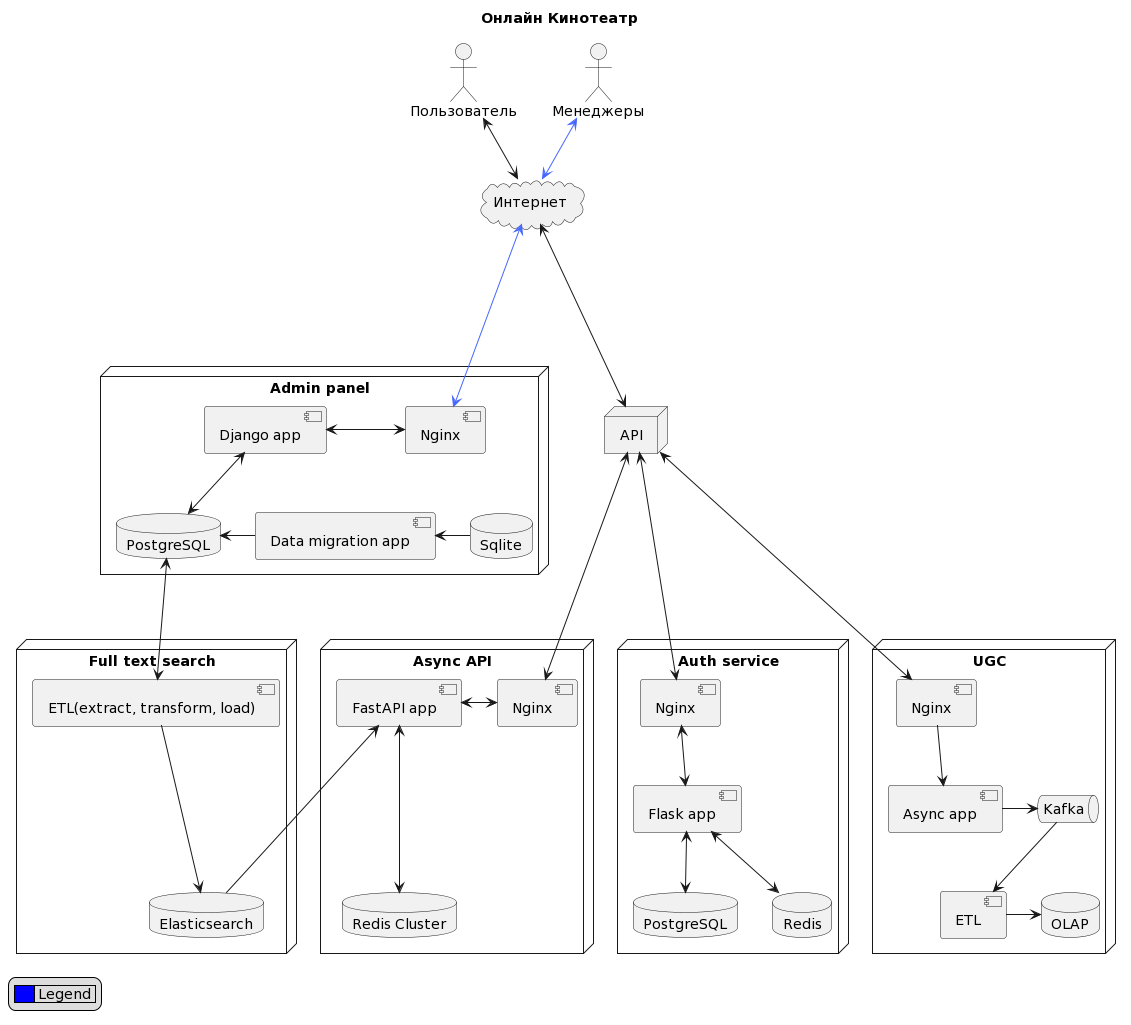
This is diagram/diagram.png from Natrezzim/ugc_sprint_1, a PlantUML export, as it was before one commit. Source of this version:
```plantuml
@startuml
skinparam componentStyle uml2

title "Онлайн Кинотеатр"

actor "Пользователь" as user
actor "Менеджеры" as manager

cloud "Интернет" as internet{
}

node "API" as api{
}

node "Admin panel" as admin_panel {
component "Data migration app" as ap_data_migration
component "Django app" as ap_django
component "Nginx" as ap_nginx
database "Sqlite" as ap_db_slt
database "PostgreSQL" as ap_db_pg
ap_django <--> ap_db_pg
ap_django <-> ap_nginx
ap_db_pg <- ap_data_migration
ap_data_migration <- ap_db_slt
}

node "Full text search" as fts{
component "ETL(extract, transform, load)" as fts_etl
database "Elasticsearch" as fts_elastic
fts_etl ---> fts_elastic
}

node "Async API"{
component "FastAPI app" as asyncapi_app
component "Nginx" as asyncapi_nginx
database "Redis Cluster" as asyncapi_redis
asyncapi_app <---> asyncapi_redis
asyncapi_app <-> asyncapi_nginx
}

node "Auth service" as auth_service {
component "Flask app" as auth_flask_app
database "PostgreSQL" as auth_db_pg
database "Redis" as auth_db_redis
component "Nginx" as auth_nginx
auth_flask_app <--> auth_db_pg
auth_flask_app <--> auth_db_redis
auth_nginx <--> auth_flask_app
}

node "UGC" as ugc{
component "Nginx" as ugc_nginx
component "Async app" as ugc_app
queue "Kafka" as ugc_kafka
component "ETL" as ugc_etl
database "OLAP" as ugc_olap
ugc_nginx --> ugc_app
ugc_app -> ugc_kafka
ugc_kafka --> ugc_etl
ugc_etl -> ugc_olap
}
user <--> internet
internet <----> api
api <----> auth_nginx
api <----> asyncapi_nginx
api <----> ugc_nginx

ap_db_pg <---> fts_etl
asyncapi_app <--- fts_elastic

manager <-[#4567ff]-> internet
internet <-[#4567ff]---> ap_nginx



legend left
    |<#0000FF>     | Legend |
end legend
@enduml
```
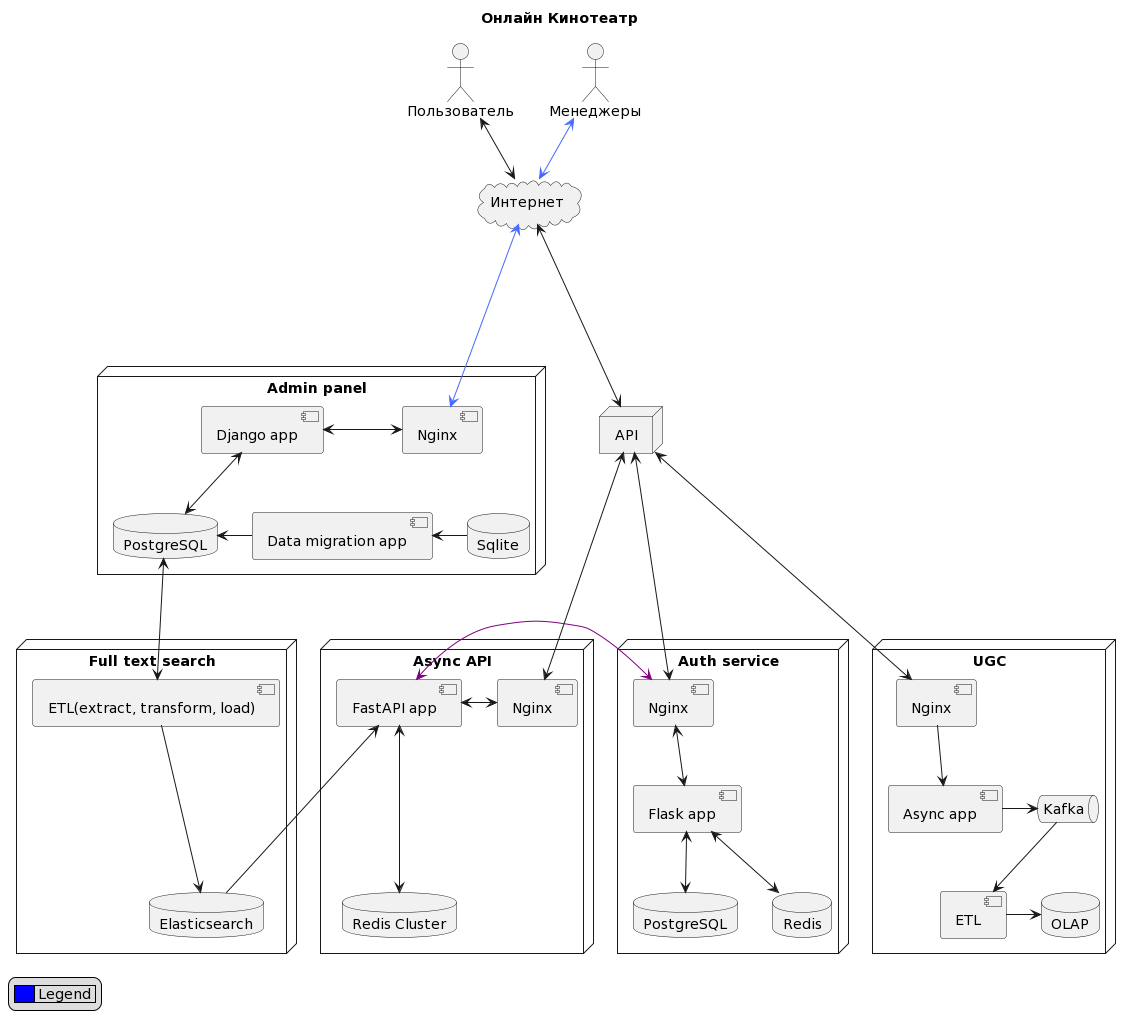
Later version of the same file.

The edit, as a diff of the source:
```diff
@@ -64,6 +64,7 @@
 api <----> auth_nginx
 api <----> asyncapi_nginx
 api <----> ugc_nginx
+auth_nginx <-[#800080]> asyncapi_app
 
 ap_db_pg <---> fts_etl
 asyncapi_app <--- fts_elastic
```
